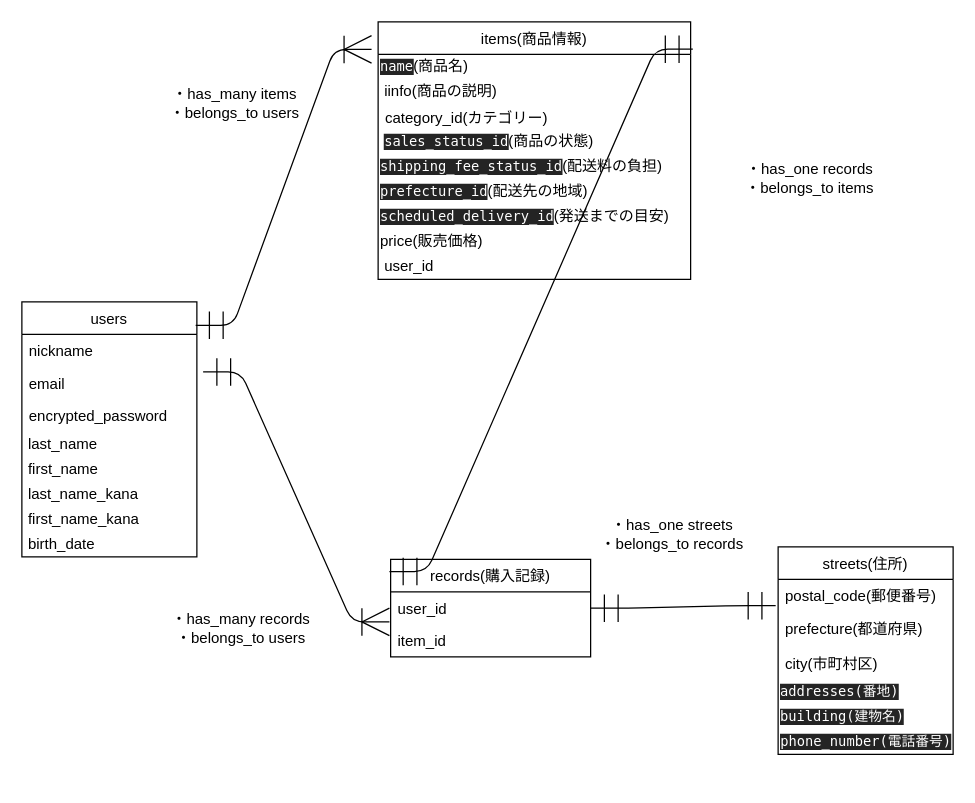
The draw.io diagram Draw.drawio in daikichi86/furima-28196, before the edit. Source tidied: cells renumbered, new cells numbered last; positions are measured from the earlier drawing's top-left corner, leaving out a move shared by most shapes. Both pictures are drawn from the tidied source at 125%, with x=0, y=0 at pixel (21, 21).
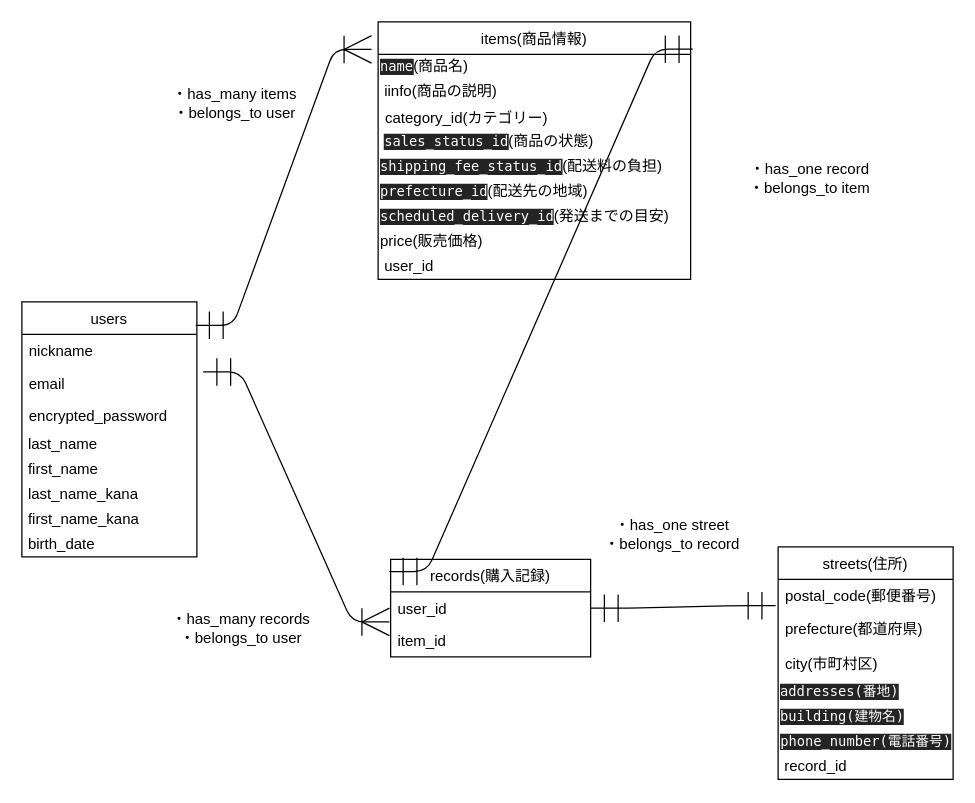
After the change.

Commit message (it also covers changes not shown here):
READMEファイル　修正2

What changed in the source:
```diff
@@
-    <mxCell id="4" value="・has_many items&lt;br&gt;・belongs_to users" style="text;html=1;align=center;verticalAlign=middle;" parent="1" vertex="1">
-      <mxGeometry x="110" y="50" width="120" height="30" as="geometry" />
+    <mxCell id="4" value="・has_many items&lt;br&gt;・belongs_to user" style="text;html=1;align=center;verticalAlign=middle;" parent="1" vertex="1">
+      <mxGeometry x="115" y="50" width="110" height="30" as="geometry" />
     </mxCell>
-    <mxCell id="5" value="・has_one records&lt;br&gt;・belongs_to items" style="text;html=1;align=center;verticalAlign=middle;" parent="1" vertex="1">
-      <mxGeometry x="570" y="110" width="120" height="30" as="geometry" />
+    <mxCell id="5" value="・has_one record&lt;br&gt;・belongs_to item" style="text;html=1;align=center;verticalAlign=middle;" parent="1" vertex="1">
+      <mxGeometry x="575" y="110" width="110" height="30" as="geometry" />
     </mxCell>
-    <mxCell id="6" value="・has_one streets&lt;br&gt;・belongs_to records" style="text;html=1;align=center;verticalAlign=middle;" parent="1" vertex="1">
-      <mxGeometry x="455" y="395" width="130" height="30" as="geometry" />
+    <mxCell id="6" value="・has_one street&lt;br&gt;・belongs_to record" style="text;html=1;align=center;verticalAlign=middle;" parent="1" vertex="1">
+      <mxGeometry x="460" y="395" width="120" height="30" as="geometry" />
     </mxCell>
@@
-    <mxCell id="27" value="・has_many records&lt;br&gt;・belongs_to users" style="text;html=1;align=center;verticalAlign=middle;" parent="1" vertex="1">
+    <mxCell id="27" value="・has_many records&lt;br&gt;・belongs_to user" style="text;html=1;align=center;verticalAlign=middle;" parent="1" vertex="1">
       <mxGeometry x="110" y="470" width="130" height="30" as="geometry" />
     </mxCell>
@@
     <mxCell id="32" value="streets(住所)" style="swimlane;fontStyle=0;horizontal=1;startSize=26;fillColor=none;" parent="1" vertex="1">
-      <mxGeometry x="605" y="420" width="140" height="166" as="geometry" />
+      <mxGeometry x="605" y="420" width="140" height="186" as="geometry" />
     </mxCell>
@@
+    <mxCell id="39" value="&amp;nbsp;record_id" style="text;html=1;align=left;verticalAlign=middle;" parent="32" vertex="1">
+      <mxGeometry y="166" width="140" height="20" as="geometry" />
+    </mxCell>
```
